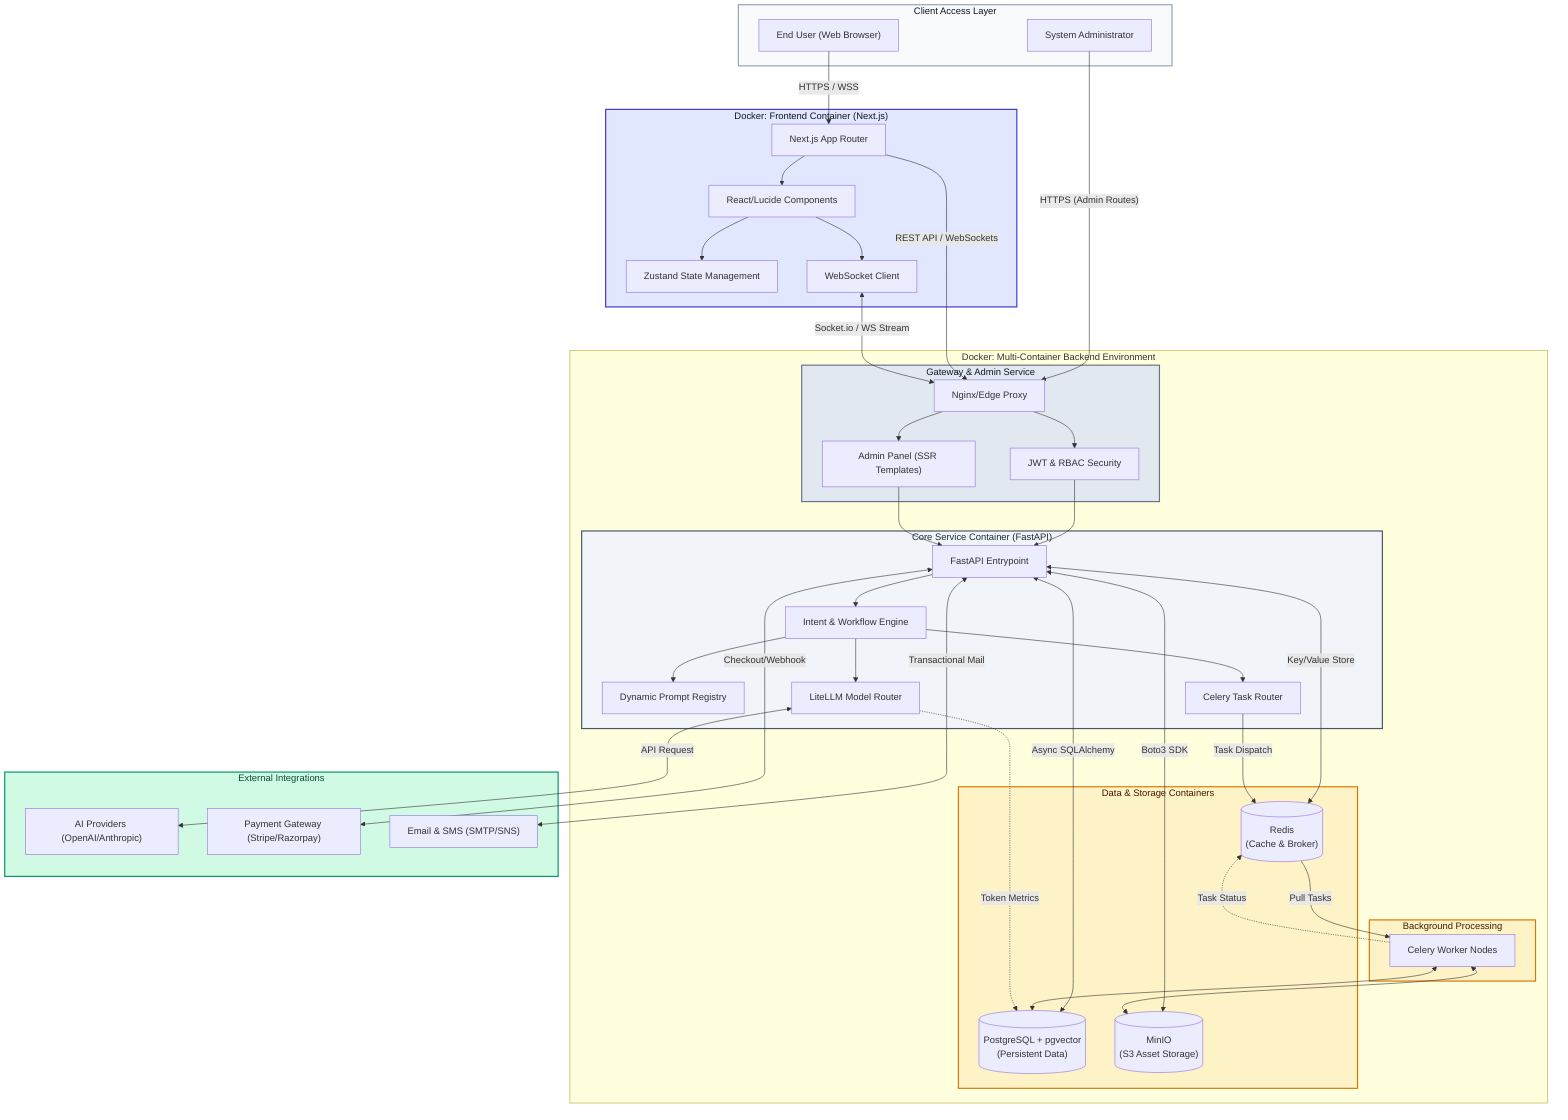
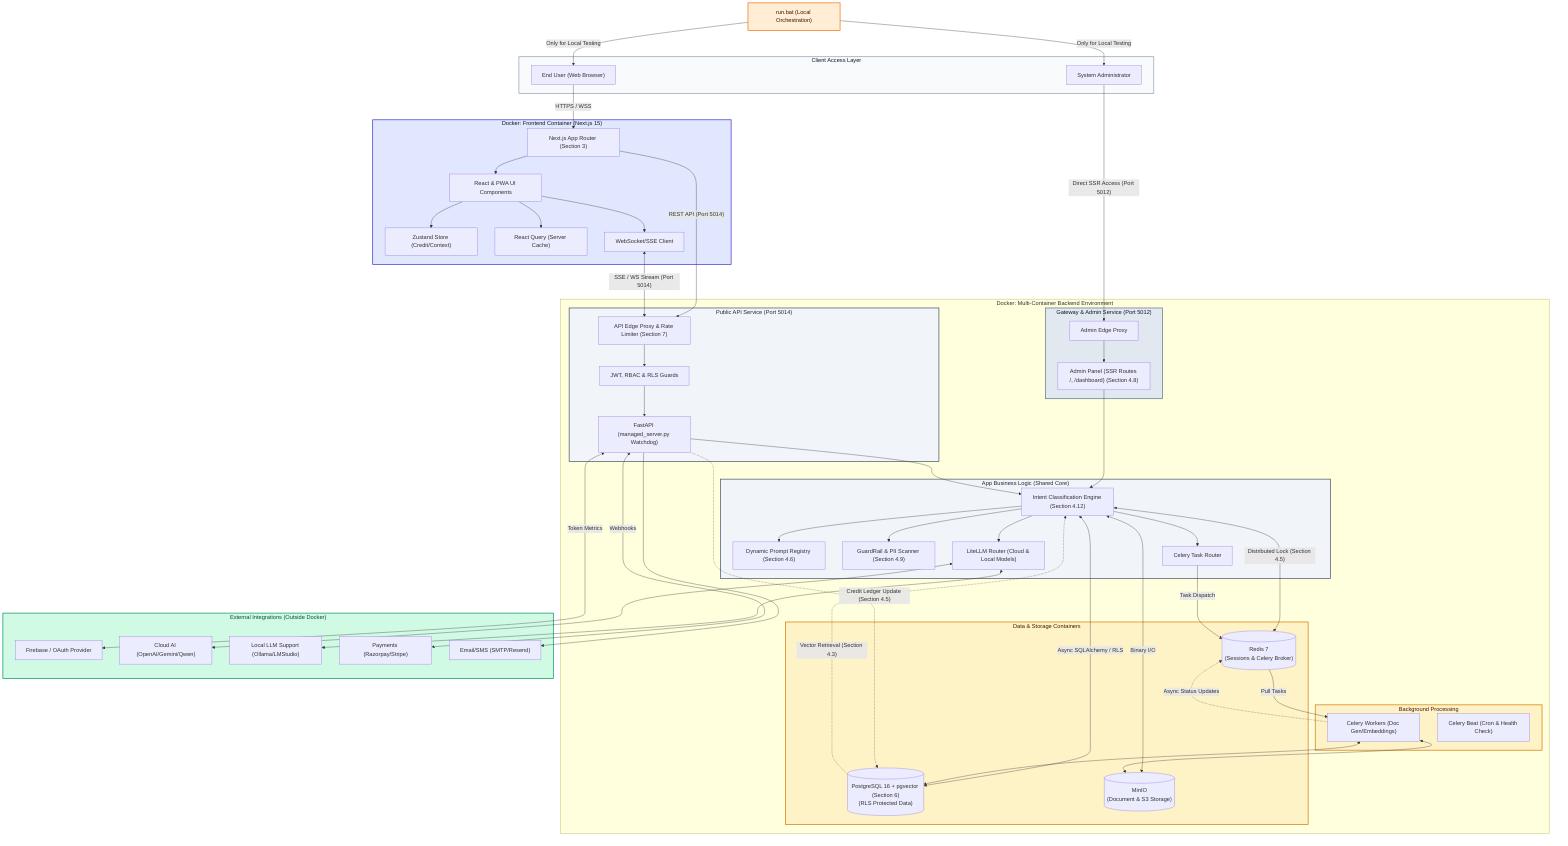
graph TD
    %% Global Styling
    classDef client fill:#f8fafc,stroke:#94a3b8,stroke-width:2px,color:#0f172a
    classDef frontend fill:#e0e7ff,stroke:#4338ca,stroke-width:2px,color:#111827
    classDef backend fill:#f1f5f9,stroke:#475569,stroke-width:2px,color:#1f2937
    classDef infra fill:#fef3c7,stroke:#d97706,stroke-width:2px,color:#451a03
    classDef external fill:#d1fae5,stroke:#059669,stroke-width:2px,color:#064e3b
    classDef gateway fill:#e2e8f0,stroke:#64748b,stroke-width:2px,color:#0f172a
+     classDef entry fill:#ffedd5,stroke:#f97316,stroke-width:2px,color:#431407
+ 
+     %% Local Testing Entry Point
+     run_bat["run.bat (Local Orchestration)"]
+     class run_bat entry

    subgraph Client_Layer ["Client Access Layer"]
        End_User["End User (Web Browser)"]
        Admin_User["System Administrator"]
    end
    class Client_Layer client

-     subgraph Frontend_Container ["Docker: Frontend Container (Next.js)"]
-         App_Router["Next.js App Router"]
-         UI_Components["React/Lucide Components"]
-         Zustand_Store["Zustand State Management"]
-         WS_Client["WebSocket Client"]
+     subgraph Frontend_Container ["Docker: Frontend Container (Next.js 15)"]
+         App_Router["Next.js App Router (Section 3)"]
+         UI_Components["React & PWA UI Components"]
+         Zustand_Store["Zustand Store (Credit/Context)"]
+         React_Query["React Query (Server Cache)"]
+         WS_Client["WebSocket/SSE Client"]

+         %% Admin functionality specifically removed from frontend
        App_Router --> UI_Components
        UI_Components --> Zustand_Store
+         UI_Components --> React_Query
        UI_Components --> WS_Client
    end
    class Frontend_Container frontend

    subgraph Backend_Docker ["Docker: Multi-Container Backend Environment"]

-         subgraph Gateway_Admin ["Gateway & Admin Service"]
-             Edge_Proxy["Nginx/Edge Proxy"]
-             JWT_Auth["JWT & RBAC Security"]
-             Admin_UI_SSR["Admin Panel (SSR Templates)"]
+         subgraph Gateway_Admin ["Gateway & Admin Service (Port 5012)"]
+             Edge_Proxy_Admin["Admin Edge Proxy"]
+             Admin_UI_SSR["Admin Panel (SSR Routes /, /dashboard) (Section 4.8)"]

-             Edge_Proxy --> JWT_Auth
-             Edge_Proxy --> Admin_UI_SSR
+             Edge_Proxy_Admin --> Admin_UI_SSR
        end
        class Gateway_Admin gateway

-         subgraph Backend_App ["Core Service Container (FastAPI)"]
-             FastAPI_Entry["FastAPI Entrypoint"]
-             Intent_Engine["Intent & Workflow Engine"]
-             Prompt_Registry["Dynamic Prompt Registry"]
+         subgraph Backend_API ["Public API Service (Port 5014)"]
+             Edge_Proxy_API["API Edge Proxy & Rate Limiter (Section 7)"]
+             JWT_Auth["JWT, RBAC & RLS Guards"]
+             FastAPI_Entry["FastAPI (managed_server.py Watchdog)"]
+ 
+             Edge_Proxy_API --> JWT_Auth
+             JWT_Auth --> FastAPI_Entry
+         end
+         class Backend_API backend
+ 
+         subgraph Backend_App ["App Business Logic (Shared Core)"]
+             Intent_Engine["Intent Classification Engine (Section 4.12)"]
+             Prompt_Registry["Dynamic Prompt Registry (Section 4.6)"]
+             GuardRail_Svc["GuardRail & PII Scanner (Section 4.9)"]
+             LiteLLM_Router["LiteLLM Router (Cloud & Local Models)"]
            Task_Router["Celery Task Router"]
-             LiteLLM_Router["LiteLLM Model Router"]

-             FastAPI_Entry --> Intent_Engine
            Intent_Engine --> Prompt_Registry
+             Intent_Engine --> GuardRail_Svc
+             Intent_Engine --> LiteLLM_Router
            Intent_Engine --> Task_Router
-             Intent_Engine --> LiteLLM_Router
        end
        class Backend_App backend

        subgraph Infrastructure_Nodes ["Data & Storage Containers"]
-             Postgres_DB[("PostgreSQL + pgvector\n(Persistent Data)")]
-             Redis_Nodes[("Redis\n(Cache & Broker)")]
-             MinIO_Nodes[("MinIO\n(S3 Asset Storage)")]
+             Postgres_DB[("PostgreSQL 16 + pgvector (Section 6)\n(RLS Protected Data)")]
+             Redis_Nodes[("Redis 7\n(Sessions & Celery Broker)")]
+             MinIO_Nodes[("MinIO\n(Document & S3 Storage)")]
        end
        class Infrastructure_Nodes infra

        subgraph Task_Processing ["Background Processing"]
-             Celery_Worker["Celery Worker Nodes"]
+             Celery_Worker["Celery Workers (Doc Gen/Embeddings)"]
+             Celery_Beat["Celery Beat (Cron & Health Check)"]
        end
        class Task_Processing infra
    end

-     subgraph External_Services ["External Integrations"]
-         AI_API["AI Providers (OpenAI/Anthropic)"]
-         Payments["Payment Gateway (Stripe/Razorpay)"]
-         Notifications["Email & SMS (SMTP/SNS)"]
+     subgraph External_Services ["External Integrations (Outside Docker)"]
+         Firebase_Auth["Firebase / OAuth Provider"]
+         AI_API["Cloud AI (OpenAI/Gemini/Qwen)"]
+         Local_Models["Local LLM Support (Ollama/LMStudio)"]
+         Payments["Payments (Razorpay/Stripe)"]
+         Notifications["Email/SMS (SMTP/Resend)"]
    end
    class External_Services external

    %% Connections
+     run_bat -- "Only for Local Testing" --> End_User
+     run_bat -- "Only for Local Testing" --> Admin_User
+ 
    End_User -->|"HTTPS / WSS"| App_Router
-     Admin_User -->|"HTTPS (Admin Routes)"| Edge_Proxy
+     Admin_User -->|"Direct SSR Access (Port 5012)"| Edge_Proxy_Admin

-     App_Router -->|"REST API / WebSockets"| Edge_Proxy
-     WS_Client <-->|"Socket.io / WS Stream"| Edge_Proxy
+     App_Router -->|"REST API (Port 5014)"| Edge_Proxy_API
+     WS_Client <-->|"SSE / WS Stream (Port 5014)"| Edge_Proxy_API

-     JWT_Auth --> FastAPI_Entry
-     Admin_UI_SSR --> FastAPI_Entry
+     Admin_UI_SSR --> Intent_Engine
+     FastAPI_Entry --> Intent_Engine

-     FastAPI_Entry <-->|"Async SQLAlchemy"| Postgres_DB
-     FastAPI_Entry <-->|"Key/Value Store"| Redis_Nodes
-     FastAPI_Entry <-->|"Boto3 SDK"| MinIO_Nodes
+     Intent_Engine <-->|"Async SQLAlchemy / RLS"| Postgres_DB
+     Intent_Engine <-->|"Distributed Lock (Section 4.5)"| Redis_Nodes
+     Intent_Engine <-->|"Binary I/O"| MinIO_Nodes

    Task_Router -->|"Task Dispatch"| Redis_Nodes
    Redis_Nodes -->|"Pull Tasks"| Celery_Worker
    Celery_Worker <--> Postgres_DB
    Celery_Worker <--> MinIO_Nodes

-     LiteLLM_Router <-->|"API Request"| AI_API
-     FastAPI_Entry <-->|"Checkout/Webhook"| Payments
-     FastAPI_Entry <-->|"Transactional Mail"| Notifications
+     LiteLLM_Router <--> AI_API
+     LiteLLM_Router <--> Local_Models
+     FastAPI_Entry <-->|"Webhooks"| Payments
+     FastAPI_Entry <-->|"Token Metrics"| Firebase_Auth
+     FastAPI_Entry --> Notifications

-     %% Optimization & Metadata
-     LiteLLM_Router -.->|"Token Metrics"| Postgres_DB
-     Celery_Worker -.->|"Task Status"| Redis_Nodes+     %% Specialized Data Flows
+     Postgres_DB -.->|"Vector Retrieval (Section 4.3)"| Intent_Engine
+     FastAPI_Entry -.->|"Credit Ledger Update (Section 4.5)"| Postgres_DB
+     Celery_Worker -.->|"Async Status Updates"| Redis_Nodes